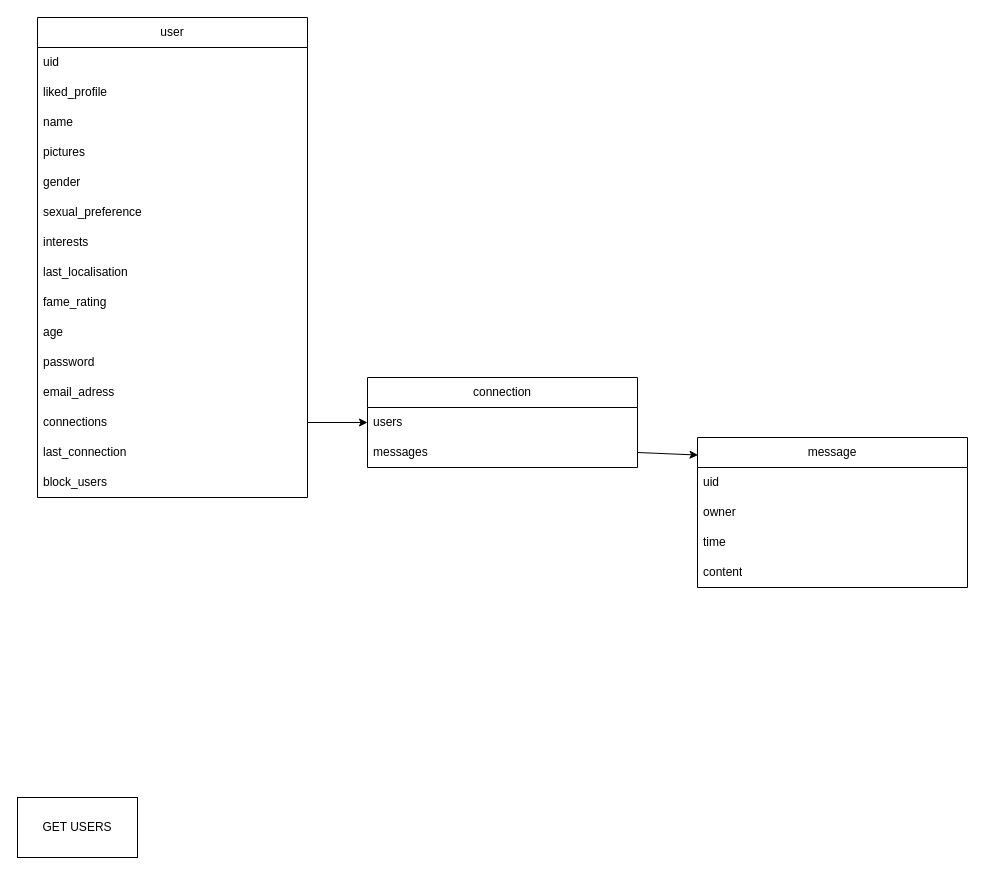
Staneo644/Matcha keeps this draw.io diagram as database.dio. Above is the earlier version. Source tidied: cells renumbered, new cells numbered last; positions are measured from the earlier drawing's top-left corner, leaving out a move shared by most shapes. Both pictures are drawn from the tidied source at 100%, with x=0, y=0 at pixel (17, 17).
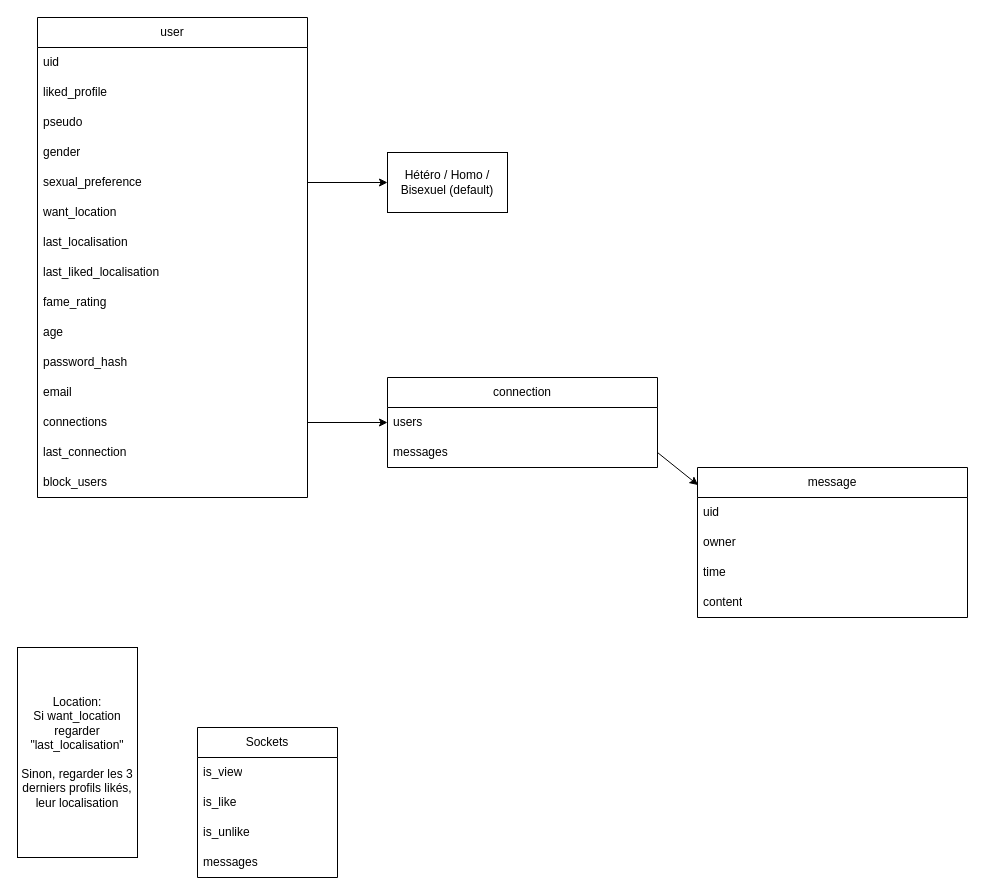
The same diagram, later.

The change refers to these unchanged cells:
```xml
<mxCell id="2" value="user" style="swimlane;fontStyle=0;horizontal=1;startSize=30;whiteSpace=wrap;html=1;" parent="1" vertex="1">
  <mxGeometry x="20" width="270" height="480" as="geometry" />
</mxCell>
```

Diff of the diagram source:
```diff
@@
-    <mxCell id="5" value="name" style="text;strokeColor=none;fillColor=none;align=left;verticalAlign=middle;spacingLeft=4;spacingRight=4;overflow=hidden;whiteSpace=wrap;html=1;" parent="2" vertex="1">
+    <mxCell id="5" value="pseudo" style="text;strokeColor=none;fillColor=none;align=left;verticalAlign=middle;spacingLeft=4;spacingRight=4;overflow=hidden;whiteSpace=wrap;html=1;" parent="2" vertex="1">
       <mxGeometry y="90" width="270" height="30" as="geometry" />
     </mxCell>
-    <mxCell id="6" value="pictures" style="text;strokeColor=none;fillColor=none;align=left;verticalAlign=middle;spacingLeft=4;spacingRight=4;overflow=hidden;whiteSpace=wrap;html=1;" parent="2" vertex="1">
-      <mxGeometry y="120" width="270" height="30" as="geometry" />
-    </mxCell>
     <mxCell id="7" value="gender" style="text;strokeColor=none;fillColor=none;align=left;verticalAlign=middle;spacingLeft=4;spacingRight=4;overflow=hidden;whiteSpace=wrap;html=1;" parent="2" vertex="1">
-      <mxGeometry y="150" width="270" height="30" as="geometry" />
+      <mxGeometry y="120" width="270" height="30" as="geometry" />
     </mxCell>
     <mxCell id="8" value="sexual_preference" style="text;strokeColor=none;fillColor=none;align=left;verticalAlign=middle;spacingLeft=4;spacingRight=4;overflow=hidden;points=[[0,0.5],[1,0.5]];portConstraint=eastwest;whiteSpace=wrap;html=1;" parent="2" vertex="1">
-      <mxGeometry y="180" width="270" height="30" as="geometry" />
+      <mxGeometry y="150" width="270" height="30" as="geometry" />
     </mxCell>
-    <mxCell id="9" value="interests" style="text;strokeColor=none;fillColor=none;align=left;verticalAlign=middle;spacingLeft=4;spacingRight=4;overflow=hidden;whiteSpace=wrap;html=1;" parent="2" vertex="1">
-      <mxGeometry y="210" width="270" height="30" as="geometry" />
-    </mxCell>
+    <mxCell id="29" value="want_location" style="text;strokeColor=none;fillColor=none;align=left;verticalAlign=middle;spacingLeft=4;spacingRight=4;overflow=hidden;whiteSpace=wrap;html=1;" parent="2" vertex="1">
+      <mxGeometry y="180" width="270" height="30" as="geometry" />
+    </mxCell>
     <mxCell id="10" value="last_localisation" style="text;strokeColor=none;fillColor=none;align=left;verticalAlign=middle;spacingLeft=4;spacingRight=4;overflow=hidden;whiteSpace=wrap;html=1;" parent="2" vertex="1">
-      <mxGeometry y="240" width="270" height="30" as="geometry" />
+      <mxGeometry y="210" width="270" height="30" as="geometry" />
     </mxCell>
+    <mxCell id="30" value="last_liked_localisation" style="text;strokeColor=none;fillColor=none;align=left;verticalAlign=middle;spacingLeft=4;spacingRight=4;overflow=hidden;whiteSpace=wrap;html=1;" parent="2" vertex="1">
+      <mxGeometry y="240" width="270" height="30" as="geometry" />
+    </mxCell>
@@
-    <mxCell id="13" value="password" style="text;strokeColor=none;fillColor=none;align=left;verticalAlign=middle;spacingLeft=4;spacingRight=4;overflow=hidden;whiteSpace=wrap;html=1;" parent="2" vertex="1">
+    <mxCell id="13" value="password_hash" style="text;strokeColor=none;fillColor=none;align=left;verticalAlign=middle;spacingLeft=4;spacingRight=4;overflow=hidden;whiteSpace=wrap;html=1;" parent="2" vertex="1">
       <mxGeometry y="330" width="270" height="30" as="geometry" />
     </mxCell>
-    <mxCell id="14" value="email_adress" style="text;strokeColor=none;fillColor=none;align=left;verticalAlign=middle;spacingLeft=4;spacingRight=4;overflow=hidden;whiteSpace=wrap;html=1;" parent="2" vertex="1">
+    <mxCell id="14" value="email" style="text;strokeColor=none;fillColor=none;align=left;verticalAlign=middle;spacingLeft=4;spacingRight=4;overflow=hidden;whiteSpace=wrap;html=1;" parent="2" vertex="1">
       <mxGeometry y="360" width="270" height="30" as="geometry" />
     </mxCell>
@@
     <mxCell id="18" value="message" style="swimlane;fontStyle=0;horizontal=1;startSize=30;whiteSpace=wrap;html=1;" parent="1" vertex="1">
-      <mxGeometry x="680" y="420" width="270" height="150" as="geometry" />
+      <mxGeometry x="680" y="450" width="270" height="150" as="geometry" />
     </mxCell>
@@
-    <mxCell id="23" value="GET USERS" style="rounded=0;whiteSpace=wrap;html=1;" parent="1" vertex="1">
-      <mxGeometry y="780" width="120" height="60" as="geometry" />
+    <mxCell id="23" value="Location:&lt;div&gt;Si want_location regarder &quot;last_localisation&quot;&lt;/div&gt;&lt;div&gt;&lt;br&gt;&lt;/div&gt;&lt;div&gt;Sinon, regarder les 3 derniers profils likés, leur localisation&lt;/div&gt;" style="rounded=0;whiteSpace=wrap;html=1;" parent="1" vertex="1">
+      <mxGeometry y="630" width="120" height="210" as="geometry" />
     </mxCell>
     <mxCell id="24" value="connection" style="swimlane;fontStyle=0;horizontal=1;startSize=30;whiteSpace=wrap;html=1;" parent="1" vertex="1">
-      <mxGeometry x="350" y="360" width="270" height="90" as="geometry" />
+      <mxGeometry x="370" y="360" width="270" height="90" as="geometry" />
     </mxCell>
@@
+    <mxCell id="31" value="Hétéro / Homo / Bisexuel (default)" style="rounded=0;whiteSpace=wrap;html=1;" parent="1" vertex="1">
+      <mxGeometry x="370" y="135" width="120" height="60" as="geometry" />
+    </mxCell>
+    <mxCell id="32" style="edgeStyle=none;html=1;exitX=1;exitY=0.5;exitDx=0;exitDy=0;entryX=0;entryY=0.5;entryDx=0;entryDy=0;" parent="1" edge="1" source="8" target="31">
+      <mxGeometry relative="1" as="geometry" />
+    </mxCell>
+    <mxCell id="33" value="Sockets" style="swimlane;fontStyle=0;horizontal=1;startSize=30;whiteSpace=wrap;html=1;" parent="1" vertex="1">
+      <mxGeometry x="180" y="710" width="140" height="150" as="geometry" />
+    </mxCell>
+    <mxCell id="34" value="is_view" style="text;strokeColor=none;fillColor=none;align=left;verticalAlign=middle;spacingLeft=4;spacingRight=4;overflow=hidden;whiteSpace=wrap;html=1;" parent="33" vertex="1">
+      <mxGeometry y="30" width="140" height="30" as="geometry" />
+    </mxCell>
+    <mxCell id="35" value="is_like" style="text;strokeColor=none;fillColor=none;align=left;verticalAlign=middle;spacingLeft=4;spacingRight=4;overflow=hidden;whiteSpace=wrap;html=1;" parent="33" vertex="1">
+      <mxGeometry y="60" width="140" height="30" as="geometry" />
+    </mxCell>
+    <mxCell id="36" value="is_unlike" style="text;strokeColor=none;fillColor=none;align=left;verticalAlign=middle;spacingLeft=4;spacingRight=4;overflow=hidden;whiteSpace=wrap;html=1;" parent="33" vertex="1">
+      <mxGeometry y="90" width="140" height="30" as="geometry" />
+    </mxCell>
+    <mxCell id="37" value="messages" style="text;strokeColor=none;fillColor=none;align=left;verticalAlign=middle;spacingLeft=4;spacingRight=4;overflow=hidden;whiteSpace=wrap;html=1;" parent="33" vertex="1">
+      <mxGeometry y="120" width="140" height="30" as="geometry" />
+    </mxCell>
```
